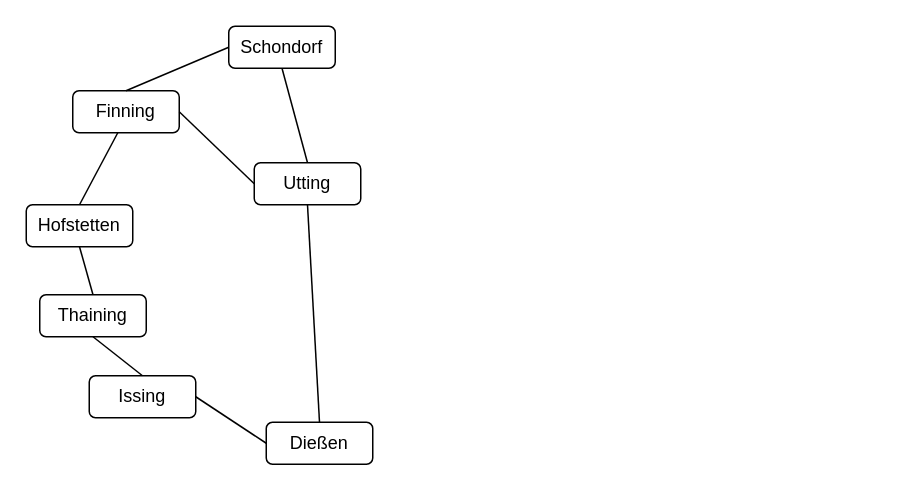
Earlier version of the draw.io diagram page "Seite-13" (13 of 13) of Graph.drawio (JoernWVSG/diagram). Source tidied: cells renumbered, new cells numbered last; positions are measured from the earlier drawing's top-left corner, leaving out a move shared by most shapes. Both pictures are drawn from the tidied source at 150%, with x=0, y=0 at pixel (26, 26).
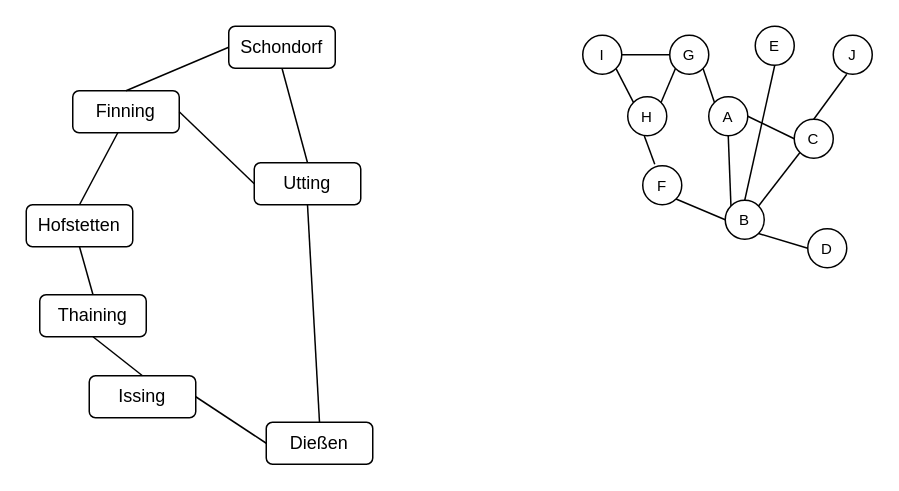
The same page after the edit.

Diff of the diagram source:
```diff
@@
+    <mxCell id="17" value="D" style="ellipse;whiteSpace=wrap;html=1;fontSize=10;verticalAlign=middle;" parent="1" vertex="1">
+      <mxGeometry x="521" y="135" width="26" height="26" as="geometry" />
+    </mxCell>
+    <mxCell id="18" style="edgeStyle=none;rounded=0;jettySize=auto;html=1;entryX=0.5;entryY=0;entryDx=0;entryDy=0;endArrow=none;endFill=0;exitX=0.5;exitY=1;exitDx=0;exitDy=0;" parent="1" edge="1" source="19" target="21">
+      <mxGeometry relative="1" as="geometry" />
+    </mxCell>
+    <mxCell id="19" value="E" style="ellipse;whiteSpace=wrap;html=1;fontSize=10;verticalAlign=middle;" parent="1" vertex="1">
+      <mxGeometry x="486" width="26" height="26" as="geometry" />
+    </mxCell>
+    <mxCell id="20" style="edgeStyle=none;rounded=0;jettySize=auto;html=1;exitX=1;exitY=1;exitDx=0;exitDy=0;entryX=0;entryY=0.5;entryDx=0;entryDy=0;endArrow=none;endFill=0;" parent="1" edge="1" source="21" target="17">
+      <mxGeometry relative="1" as="geometry" />
+    </mxCell>
+    <mxCell id="21" value="B" style="ellipse;whiteSpace=wrap;html=1;fontSize=10;verticalAlign=middle;" parent="1" vertex="1">
+      <mxGeometry x="466" y="116" width="26" height="26" as="geometry" />
+    </mxCell>
+    <mxCell id="22" value="C" style="ellipse;whiteSpace=wrap;html=1;fontSize=10;verticalAlign=middle;" parent="1" vertex="1">
+      <mxGeometry x="512" y="62" width="26" height="26" as="geometry" />
+    </mxCell>
+    <mxCell id="23" style="edgeStyle=none;rounded=0;jettySize=auto;html=1;exitX=0.346;exitY=1;exitDx=0;exitDy=0;entryX=0.5;entryY=0;entryDx=0;entryDy=0;endArrow=none;endFill=0;exitPerimeter=0;" parent="1" edge="1" source="24" target="22">
+      <mxGeometry relative="1" as="geometry" />
+    </mxCell>
+    <mxCell id="24" value="J" style="ellipse;whiteSpace=wrap;html=1;fontSize=10;verticalAlign=middle;" parent="1" vertex="1">
+      <mxGeometry x="538" y="6" width="26" height="26" as="geometry" />
+    </mxCell>
+    <mxCell id="25" style="edgeStyle=none;rounded=0;jettySize=auto;html=1;exitX=1;exitY=1;exitDx=0;exitDy=0;entryX=0;entryY=0.5;entryDx=0;entryDy=0;endArrow=none;endFill=0;" parent="1" edge="1" source="26" target="21">
+      <mxGeometry relative="1" as="geometry" />
+    </mxCell>
+    <mxCell id="26" value="F" style="ellipse;whiteSpace=wrap;html=1;fontSize=10;verticalAlign=middle;" parent="1" vertex="1">
+      <mxGeometry x="411" y="93" width="26" height="26" as="geometry" />
+    </mxCell>
+    <mxCell id="27" style="edgeStyle=none;rounded=0;jettySize=auto;html=1;exitX=1;exitY=0.5;exitDx=0;exitDy=0;entryX=0;entryY=0.5;entryDx=0;entryDy=0;endArrow=none;endFill=0;" parent="1" edge="1" source="28" target="22">
+      <mxGeometry relative="1" as="geometry" />
+    </mxCell>
+    <mxCell id="28" value="A" style="ellipse;whiteSpace=wrap;html=1;fontSize=10;verticalAlign=middle;" parent="1" vertex="1">
+      <mxGeometry x="455" y="47" width="26" height="26" as="geometry" />
+    </mxCell>
+    <mxCell id="29" style="edgeStyle=none;rounded=0;jettySize=auto;html=1;exitX=1;exitY=0;exitDx=0;exitDy=0;entryX=0;entryY=1;entryDx=0;entryDy=0;endArrow=none;endFill=0;" parent="1" edge="1" source="32" target="34">
+      <mxGeometry relative="1" as="geometry" />
+    </mxCell>
+    <mxCell id="30" style="edgeStyle=none;rounded=0;jettySize=auto;html=1;exitX=0;exitY=0;exitDx=0;exitDy=0;entryX=1;entryY=1;entryDx=0;entryDy=0;endArrow=none;endFill=0;" parent="1" edge="1" source="32" target="36">
+      <mxGeometry relative="1" as="geometry" />
+    </mxCell>
+    <mxCell id="31" style="edgeStyle=none;rounded=0;jettySize=auto;html=1;exitX=0.423;exitY=1;exitDx=0;exitDy=0;endArrow=none;endFill=0;exitPerimeter=0;" parent="1" edge="1" source="32">
+      <mxGeometry relative="1" as="geometry">
+        <mxPoint x="419" y="92" as="targetPoint" />
+      </mxGeometry>
+    </mxCell>
+    <mxCell id="32" value="H" style="ellipse;whiteSpace=wrap;html=1;fontSize=10;verticalAlign=middle;" parent="1" vertex="1">
+      <mxGeometry x="401" y="47" width="26" height="26" as="geometry" />
+    </mxCell>
+    <mxCell id="33" style="edgeStyle=none;rounded=0;jettySize=auto;html=1;exitX=1;exitY=1;exitDx=0;exitDy=0;entryX=0;entryY=0;entryDx=0;entryDy=0;endArrow=none;endFill=0;" parent="1" edge="1" source="34" target="28">
+      <mxGeometry relative="1" as="geometry" />
+    </mxCell>
+    <mxCell id="34" value="G" style="ellipse;whiteSpace=wrap;html=1;fontSize=10;verticalAlign=middle;" parent="1" vertex="1">
+      <mxGeometry x="429" y="6" width="26" height="26" as="geometry" />
+    </mxCell>
+    <mxCell id="35" style="edgeStyle=orthogonalEdgeStyle;rounded=0;jettySize=auto;html=1;endArrow=none;endFill=0;" parent="1" edge="1" source="36" target="34">
+      <mxGeometry relative="1" as="geometry" />
+    </mxCell>
+    <mxCell id="36" value="I" style="ellipse;whiteSpace=wrap;html=1;fontSize=10;verticalAlign=middle;" parent="1" vertex="1">
+      <mxGeometry x="371" y="6" width="26" height="26" as="geometry" />
+    </mxCell>
+    <mxCell id="37" style="edgeStyle=none;rounded=0;jettySize=auto;html=1;exitX=0.5;exitY=1;exitDx=0;exitDy=0;entryX=0;entryY=0;entryDx=0;entryDy=0;endArrow=none;endFill=0;" parent="1" edge="1" source="28" target="21">
+      <mxGeometry relative="1" as="geometry" />
+    </mxCell>
+    <mxCell id="38" style="edgeStyle=none;rounded=0;jettySize=auto;html=1;exitX=0;exitY=1;exitDx=0;exitDy=0;entryX=1;entryY=0;entryDx=0;entryDy=0;endArrow=none;endFill=0;" parent="1" edge="1" source="22" target="21">
+      <mxGeometry relative="1" as="geometry" />
+    </mxCell>
```
